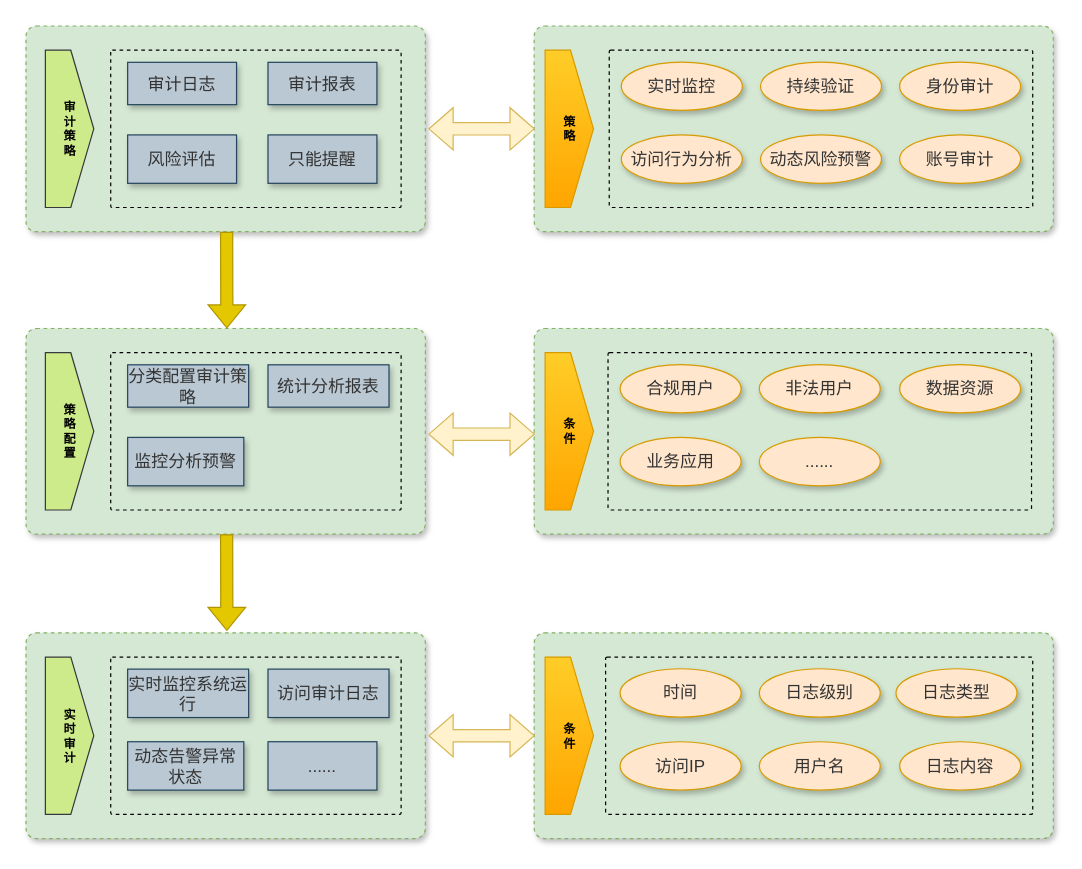
Earlier version of the draw.io diagram page "第 1 页" (1 of 2) of 东庄信息化项目-统一权限管理-审计.drawio (sun-beijixing/drawio). Source tidied: cells renumbered, new cells numbered last; positions are measured from the earlier drawing's top-left corner, leaving out a move shared by most shapes. Both pictures are drawn from the tidied source at 121%, with x=0, y=0 at pixel (25, 25).
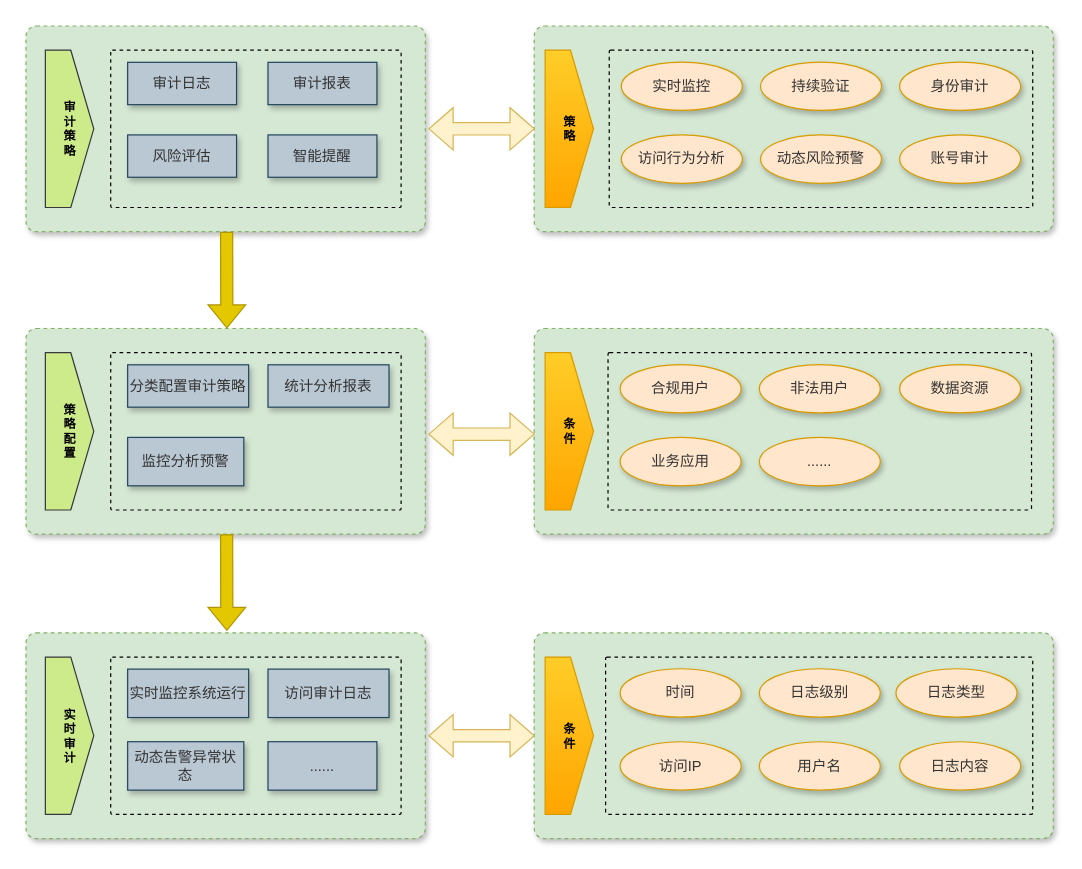
After the change.

Commit message (it also covers changes not shown here):
更新东庄信息化项目-统一权限管理-审计.drawio

What changed in the source:
```diff
@@
-    <mxCell id="8" value="&lt;span style=&quot;color: rgb(51, 51, 51); font-size: 14px;&quot;&gt;实时监控&lt;/span&gt;" style="ellipse;whiteSpace=wrap;html=1;shadow=1;fontSize=10;fillColor=#ffe6cc;strokeColor=#d79b00;" parent="1" vertex="1">
+    <mxCell id="8" value="&lt;span style=&quot;color: rgb(51, 51, 51);&quot;&gt;&lt;font style=&quot;font-size: 12px;&quot;&gt;实时监控&lt;/font&gt;&lt;/span&gt;" style="ellipse;whiteSpace=wrap;html=1;shadow=1;fontSize=10;fillColor=#ffe6cc;strokeColor=#d79b00;" parent="1" vertex="1">
       <mxGeometry x="492" y="29.8" width="100" height="40" as="geometry" />
     </mxCell>
-    <mxCell id="9" value="&lt;span style=&quot;color: rgb(51, 51, 51); font-size: 14px;&quot;&gt;持续验证&lt;/span&gt;" style="ellipse;whiteSpace=wrap;html=1;shadow=1;fontSize=10;fillColor=#ffe6cc;strokeColor=#d79b00;" parent="1" vertex="1">
+    <mxCell id="9" value="&lt;span style=&quot;color: rgb(51, 51, 51);&quot;&gt;&lt;font style=&quot;font-size: 12px;&quot;&gt;持续验证&lt;/font&gt;&lt;/span&gt;" style="ellipse;whiteSpace=wrap;html=1;shadow=1;fontSize=10;fillColor=#ffe6cc;strokeColor=#d79b00;" parent="1" vertex="1">
       <mxGeometry x="607" y="29.8" width="100" height="40" as="geometry" />
     </mxCell>
-    <mxCell id="10" value="&lt;span style=&quot;color: rgb(51, 51, 51); font-size: 14px;&quot;&gt;身份审计&lt;/span&gt;" style="ellipse;whiteSpace=wrap;html=1;shadow=1;fontSize=10;fillColor=#ffe6cc;strokeColor=#d79b00;" parent="1" vertex="1">
+    <mxCell id="10" value="&lt;span style=&quot;color: rgb(51, 51, 51);&quot;&gt;&lt;font style=&quot;font-size: 12px;&quot;&gt;身份审计&lt;/font&gt;&lt;/span&gt;" style="ellipse;whiteSpace=wrap;html=1;shadow=1;fontSize=10;fillColor=#ffe6cc;strokeColor=#d79b00;" parent="1" vertex="1">
       <mxGeometry x="722" y="29.8" width="100" height="40" as="geometry" />
     </mxCell>
-    <mxCell id="11" value="&lt;span style=&quot;color: rgb(51, 51, 51); font-size: 14px;&quot;&gt;账号审计&lt;/span&gt;" style="ellipse;whiteSpace=wrap;html=1;shadow=1;fontSize=10;fillColor=#ffe6cc;strokeColor=#d79b00;" parent="1" vertex="1">
+    <mxCell id="11" value="&lt;span style=&quot;color: rgb(51, 51, 51);&quot;&gt;&lt;font style=&quot;font-size: 12px;&quot;&gt;账号审计&lt;/font&gt;&lt;/span&gt;" style="ellipse;whiteSpace=wrap;html=1;shadow=1;fontSize=10;fillColor=#ffe6cc;strokeColor=#d79b00;" parent="1" vertex="1">
       <mxGeometry x="722" y="90" width="100" height="40" as="geometry" />
     </mxCell>
-    <mxCell id="12" value="&lt;span style=&quot;color: rgb(51, 51, 51); font-size: 14px;&quot;&gt;访问行为分析&lt;/span&gt;" style="ellipse;whiteSpace=wrap;html=1;shadow=1;fontSize=10;fillColor=#ffe6cc;strokeColor=#d79b00;" parent="1" vertex="1">
+    <mxCell id="12" value="&lt;span style=&quot;color: rgb(51, 51, 51);&quot;&gt;&lt;font style=&quot;font-size: 12px;&quot;&gt;访问行为分析&lt;/font&gt;&lt;/span&gt;" style="ellipse;whiteSpace=wrap;html=1;shadow=1;fontSize=10;fillColor=#ffe6cc;strokeColor=#d79b00;" parent="1" vertex="1">
       <mxGeometry x="492" y="90" width="100" height="40" as="geometry" />
     </mxCell>
-    <mxCell id="13" value="&lt;span style=&quot;color: rgb(51, 51, 51); font-size: 14px;&quot;&gt;动态风险预警&lt;/span&gt;" style="ellipse;whiteSpace=wrap;html=1;shadow=1;fontSize=10;fillColor=#ffe6cc;strokeColor=#d79b00;" parent="1" vertex="1">
+    <mxCell id="13" value="&lt;span style=&quot;color: rgb(51, 51, 51);&quot;&gt;&lt;font style=&quot;font-size: 12px;&quot;&gt;动态风险预警&lt;/font&gt;&lt;/span&gt;" style="ellipse;whiteSpace=wrap;html=1;shadow=1;fontSize=10;fillColor=#ffe6cc;strokeColor=#d79b00;" parent="1" vertex="1">
       <mxGeometry x="607" y="90" width="100" height="40" as="geometry" />
     </mxCell>
@@
-    <mxCell id="16" value="&lt;span style=&quot;color: rgb(51, 51, 51); font-size: 14px;&quot;&gt;合规用户&lt;/span&gt;" style="ellipse;whiteSpace=wrap;html=1;shadow=1;fontSize=10;fillColor=#ffe6cc;strokeColor=#d79b00;" parent="1" vertex="1">
+    <mxCell id="16" value="&lt;span style=&quot;color: rgb(51, 51, 51);&quot;&gt;&lt;font style=&quot;font-size: 12px;&quot;&gt;合规用户&lt;/font&gt;&lt;/span&gt;" style="ellipse;whiteSpace=wrap;html=1;shadow=1;fontSize=10;fillColor=#ffe6cc;strokeColor=#d79b00;" parent="1" vertex="1">
       <mxGeometry x="491" y="279.8" width="100" height="40" as="geometry" />
     </mxCell>
-    <mxCell id="17" value="&lt;span style=&quot;color: rgb(51, 51, 51); font-size: 14px;&quot;&gt;非法用户&lt;/span&gt;" style="ellipse;whiteSpace=wrap;html=1;shadow=1;fontSize=10;fillColor=#ffe6cc;strokeColor=#d79b00;" parent="1" vertex="1">
+    <mxCell id="17" value="&lt;span style=&quot;color: rgb(51, 51, 51);&quot;&gt;&lt;font style=&quot;font-size: 12px;&quot;&gt;非法用户&lt;/font&gt;&lt;/span&gt;" style="ellipse;whiteSpace=wrap;html=1;shadow=1;fontSize=10;fillColor=#ffe6cc;strokeColor=#d79b00;" parent="1" vertex="1">
       <mxGeometry x="606" y="279.8" width="100" height="40" as="geometry" />
     </mxCell>
-    <mxCell id="18" value="&lt;span style=&quot;color: rgb(51, 51, 51); font-size: 14px;&quot;&gt;数据资源&lt;/span&gt;" style="ellipse;whiteSpace=wrap;html=1;shadow=1;fontSize=10;fillColor=#ffe6cc;strokeColor=#d79b00;" parent="1" vertex="1">
+    <mxCell id="18" value="&lt;span style=&quot;color: rgb(51, 51, 51);&quot;&gt;&lt;font style=&quot;font-size: 12px;&quot;&gt;数据资源&lt;/font&gt;&lt;/span&gt;" style="ellipse;whiteSpace=wrap;html=1;shadow=1;fontSize=10;fillColor=#ffe6cc;strokeColor=#d79b00;" parent="1" vertex="1">
       <mxGeometry x="722" y="279.8" width="100" height="40" as="geometry" />
     </mxCell>
-    <mxCell id="19" value="&lt;span style=&quot;color: rgb(51, 51, 51); font-size: 14px;&quot;&gt;业务应用&lt;/span&gt;" style="ellipse;whiteSpace=wrap;html=1;shadow=1;fontSize=10;fillColor=#ffe6cc;strokeColor=#d79b00;" parent="1" vertex="1">
+    <mxCell id="19" value="&lt;span style=&quot;color: rgb(51, 51, 51);&quot;&gt;&lt;font style=&quot;font-size: 12px;&quot;&gt;业务应用&lt;/font&gt;&lt;/span&gt;" style="ellipse;whiteSpace=wrap;html=1;shadow=1;fontSize=10;fillColor=#ffe6cc;strokeColor=#d79b00;" parent="1" vertex="1">
       <mxGeometry x="491" y="340" width="100" height="40" as="geometry" />
     </mxCell>
-    <mxCell id="20" value="&lt;font color=&quot;#333333&quot;&gt;&lt;span style=&quot;font-size: 14px;&quot;&gt;......&lt;/span&gt;&lt;/font&gt;" style="ellipse;whiteSpace=wrap;html=1;shadow=1;fontSize=10;fillColor=#ffe6cc;strokeColor=#d79b00;" parent="1" vertex="1">
+    <mxCell id="20" value="&lt;font style=&quot;font-size: 12px;&quot; color=&quot;#333333&quot;&gt;......&lt;/font&gt;" style="ellipse;whiteSpace=wrap;html=1;shadow=1;fontSize=10;fillColor=#ffe6cc;strokeColor=#d79b00;" parent="1" vertex="1">
       <mxGeometry x="606" y="340" width="100" height="40" as="geometry" />
     </mxCell>
@@
-    <mxCell id="23" value="&lt;font color=&quot;#333333&quot;&gt;&lt;span style=&quot;font-size: 14px;&quot;&gt;......&lt;/span&gt;&lt;/font&gt;" style="rounded=0;whiteSpace=wrap;html=1;shadow=1;fontSize=11;strokeColor=#23445d;strokeWidth=1;fillColor=#bac8d3;" parent="1" vertex="1">
+    <mxCell id="23" value="&lt;font style=&quot;font-size: 12px;&quot; color=&quot;#333333&quot;&gt;......&lt;/font&gt;" style="rounded=0;whiteSpace=wrap;html=1;shadow=1;fontSize=11;strokeColor=#23445d;strokeWidth=1;fillColor=#bac8d3;" parent="1" vertex="1">
       <mxGeometry x="200" y="591.5" width="90" height="40" as="geometry" />
     </mxCell>
-    <mxCell id="24" value="&lt;font color=&quot;#333333&quot;&gt;&lt;span style=&quot;font-size: 14px;&quot;&gt;时间&lt;/span&gt;&lt;/font&gt;" style="ellipse;whiteSpace=wrap;html=1;shadow=1;fontSize=10;fillColor=#ffe6cc;strokeColor=#d79b00;" parent="1" vertex="1">
+    <mxCell id="24" value="&lt;font style=&quot;font-size: 12px;&quot; color=&quot;#333333&quot;&gt;时间&lt;/font&gt;" style="ellipse;whiteSpace=wrap;html=1;shadow=1;fontSize=10;fillColor=#ffe6cc;strokeColor=#d79b00;" parent="1" vertex="1">
       <mxGeometry x="491" y="531.2" width="100" height="40" as="geometry" />
     </mxCell>
-    <mxCell id="25" value="&lt;span style=&quot;color: rgb(51, 51, 51); font-size: 14px;&quot;&gt;日志级别&lt;/span&gt;" style="ellipse;whiteSpace=wrap;html=1;shadow=1;fontSize=10;fillColor=#ffe6cc;strokeColor=#d79b00;" parent="1" vertex="1">
+    <mxCell id="25" value="&lt;span style=&quot;color: rgb(51, 51, 51);&quot;&gt;&lt;font style=&quot;font-size: 12px;&quot;&gt;日志级别&lt;/font&gt;&lt;/span&gt;" style="ellipse;whiteSpace=wrap;html=1;shadow=1;fontSize=10;fillColor=#ffe6cc;strokeColor=#d79b00;" parent="1" vertex="1">
       <mxGeometry x="606" y="531.2" width="100" height="40" as="geometry" />
     </mxCell>
-    <mxCell id="26" value="&lt;span style=&quot;color: rgb(51, 51, 51); font-size: 14px;&quot;&gt;日志类型&lt;/span&gt;" style="ellipse;whiteSpace=wrap;html=1;shadow=1;fontSize=10;fillColor=#ffe6cc;strokeColor=#d79b00;" parent="1" vertex="1">
+    <mxCell id="26" value="&lt;span style=&quot;color: rgb(51, 51, 51);&quot;&gt;&lt;font style=&quot;font-size: 12px;&quot;&gt;日志类型&lt;/font&gt;&lt;/span&gt;" style="ellipse;whiteSpace=wrap;html=1;shadow=1;fontSize=10;fillColor=#ffe6cc;strokeColor=#d79b00;" parent="1" vertex="1">
       <mxGeometry x="719" y="531.2" width="100" height="40" as="geometry" />
     </mxCell>
-    <mxCell id="27" value="&lt;span style=&quot;color: rgb(51, 51, 51); font-size: 14px;&quot;&gt;日志内容&lt;/span&gt;" style="ellipse;whiteSpace=wrap;html=1;shadow=1;fontSize=10;fillColor=#ffe6cc;strokeColor=#d79b00;" parent="1" vertex="1">
+    <mxCell id="27" value="&lt;span style=&quot;color: rgb(51, 51, 51);&quot;&gt;&lt;font style=&quot;font-size: 12px;&quot;&gt;日志内容&lt;/font&gt;&lt;/span&gt;" style="ellipse;whiteSpace=wrap;html=1;shadow=1;fontSize=10;fillColor=#ffe6cc;strokeColor=#d79b00;" parent="1" vertex="1">
       <mxGeometry x="722" y="591.5" width="100" height="40" as="geometry" />
     </mxCell>
-    <mxCell id="28" value="&lt;span style=&quot;color: rgb(51, 51, 51); font-size: 14px;&quot;&gt;访问IP&lt;/span&gt;" style="ellipse;whiteSpace=wrap;html=1;shadow=1;fontSize=10;fillColor=#ffe6cc;strokeColor=#d79b00;" parent="1" vertex="1">
+    <mxCell id="28" value="&lt;span style=&quot;color: rgb(51, 51, 51);&quot;&gt;&lt;font style=&quot;font-size: 12px;&quot;&gt;访问IP&lt;/font&gt;&lt;/span&gt;" style="ellipse;whiteSpace=wrap;html=1;shadow=1;fontSize=10;fillColor=#ffe6cc;strokeColor=#d79b00;" parent="1" vertex="1">
       <mxGeometry x="491" y="591.5" width="100" height="40" as="geometry" />
     </mxCell>
-    <mxCell id="29" value="&lt;font color=&quot;#333333&quot;&gt;&lt;span style=&quot;font-size: 14px;&quot;&gt;用户名&lt;/span&gt;&lt;/font&gt;" style="ellipse;whiteSpace=wrap;html=1;shadow=1;fontSize=10;fillColor=#ffe6cc;strokeColor=#d79b00;" parent="1" vertex="1">
+    <mxCell id="29" value="&lt;font style=&quot;font-size: 12px;&quot; color=&quot;#333333&quot;&gt;用户名&lt;/font&gt;" style="ellipse;whiteSpace=wrap;html=1;shadow=1;fontSize=10;fillColor=#ffe6cc;strokeColor=#d79b00;" parent="1" vertex="1">
       <mxGeometry x="606" y="591.5" width="100" height="40" as="geometry" />
     </mxCell>
@@
-    <mxCell id="31" value="&lt;span style=&quot;color: rgb(51, 51, 51); font-size: 14px;&quot;&gt;审计日志&lt;/span&gt;" style="rounded=0;whiteSpace=wrap;html=1;shadow=1;fontSize=11;strokeColor=#23445d;strokeWidth=1;fillColor=#bac8d3;" parent="1" vertex="1">
+    <mxCell id="31" value="&lt;span style=&quot;color: rgb(51, 51, 51);&quot;&gt;&lt;font style=&quot;font-size: 12px;&quot;&gt;审计日志&lt;/font&gt;&lt;/span&gt;" style="rounded=0;whiteSpace=wrap;html=1;shadow=1;fontSize=11;strokeColor=#23445d;strokeWidth=1;fillColor=#bac8d3;" parent="1" vertex="1">
       <mxGeometry x="84" y="30" width="90" height="35" as="geometry" />
     </mxCell>
-    <mxCell id="32" value="&lt;span style=&quot;color: rgb(51, 51, 51); font-size: 14px;&quot;&gt;审计报表&lt;/span&gt;" style="rounded=0;whiteSpace=wrap;html=1;shadow=1;fontSize=11;strokeColor=#23445d;strokeWidth=1;fillColor=#bac8d3;" parent="1" vertex="1">
+    <mxCell id="32" value="&lt;span style=&quot;color: rgb(51, 51, 51);&quot;&gt;&lt;font style=&quot;font-size: 12px;&quot;&gt;审计报表&lt;/font&gt;&lt;/span&gt;" style="rounded=0;whiteSpace=wrap;html=1;shadow=1;fontSize=11;strokeColor=#23445d;strokeWidth=1;fillColor=#bac8d3;" parent="1" vertex="1">
       <mxGeometry x="200" y="30" width="90" height="35" as="geometry" />
     </mxCell>
-    <mxCell id="33" value="&lt;font style=&quot;&quot; color=&quot;#333333&quot;&gt;&lt;span style=&quot;font-size: 14px;&quot;&gt;风险评估&lt;/span&gt;&lt;/font&gt;" style="rounded=0;whiteSpace=wrap;html=1;shadow=1;fontSize=11;strokeColor=#23445d;strokeWidth=1;fillColor=#bac8d3;" parent="1" vertex="1">
-      <mxGeometry x="84" y="90" width="90" height="40" as="geometry" />
-    </mxCell>
-    <mxCell id="34" value="&lt;font color=&quot;#333333&quot;&gt;&lt;span style=&quot;font-size: 14px;&quot;&gt;只能提醒&lt;/span&gt;&lt;/font&gt;" style="rounded=0;whiteSpace=wrap;html=1;shadow=1;fontSize=11;strokeColor=#23445d;strokeWidth=1;fillColor=#bac8d3;" parent="1" vertex="1">
-      <mxGeometry x="200" y="90" width="90" height="40" as="geometry" />
+    <mxCell id="34" value="&lt;font style=&quot;font-size: 12px;&quot; color=&quot;#333333&quot;&gt;智能提醒&lt;/font&gt;" style="rounded=0;whiteSpace=wrap;html=1;shadow=1;fontSize=11;strokeColor=#23445d;strokeWidth=1;fillColor=#bac8d3;" parent="1" vertex="1">
+      <mxGeometry x="200" y="90" width="90" height="35" as="geometry" />
     </mxCell>
@@
-    <mxCell id="40" value="&lt;span style=&quot;color: rgb(51, 51, 51); font-size: 14px;&quot;&gt;分类配置审计策略&lt;/span&gt;" style="rounded=0;whiteSpace=wrap;html=1;shadow=1;fontSize=11;strokeColor=#23445d;strokeWidth=1;fillColor=#bac8d3;" parent="1" vertex="1">
+    <mxCell id="40" value="&lt;span style=&quot;color: rgb(51, 51, 51);&quot;&gt;&lt;font style=&quot;font-size: 12px;&quot;&gt;分类配置审计策略&lt;/font&gt;&lt;/span&gt;" style="rounded=0;whiteSpace=wrap;html=1;shadow=1;fontSize=11;strokeColor=#23445d;strokeWidth=1;fillColor=#bac8d3;" parent="1" vertex="1">
       <mxGeometry x="84" y="280" width="100" height="35" as="geometry" />
     </mxCell>
-    <mxCell id="41" value="&lt;span style=&quot;color: rgb(51, 51, 51); font-size: 14px;&quot;&gt;统计分析报表&lt;/span&gt;" style="rounded=0;whiteSpace=wrap;html=1;shadow=1;fontSize=11;strokeColor=#23445d;strokeWidth=1;fillColor=#bac8d3;" parent="1" vertex="1">
+    <mxCell id="41" value="&lt;span style=&quot;color: rgb(51, 51, 51);&quot;&gt;&lt;font style=&quot;font-size: 12px;&quot;&gt;统计分析报表&lt;/font&gt;&lt;/span&gt;" style="rounded=0;whiteSpace=wrap;html=1;shadow=1;fontSize=11;strokeColor=#23445d;strokeWidth=1;fillColor=#bac8d3;" parent="1" vertex="1">
       <mxGeometry x="200" y="280" width="100" height="35" as="geometry" />
     </mxCell>
-    <mxCell id="42" value="&lt;span style=&quot;color: rgb(51, 51, 51); font-size: 14px;&quot;&gt;监控分析预警&lt;/span&gt;" style="rounded=0;whiteSpace=wrap;html=1;shadow=1;fontSize=11;strokeColor=#23445d;strokeWidth=1;fillColor=#bac8d3;" parent="1" vertex="1">
+    <mxCell id="42" value="&lt;span style=&quot;color: rgb(51, 51, 51);&quot;&gt;&lt;font style=&quot;font-size: 12px;&quot;&gt;监控分析预警&lt;/font&gt;&lt;/span&gt;" style="rounded=0;whiteSpace=wrap;html=1;shadow=1;fontSize=11;strokeColor=#23445d;strokeWidth=1;fillColor=#bac8d3;" parent="1" vertex="1">
       <mxGeometry x="84" y="340" width="96" height="40" as="geometry" />
     </mxCell>
@@
-    <mxCell id="46" value="&lt;span style=&quot;color: rgb(51, 51, 51); font-size: 14px;&quot;&gt;实时监控系统运行&lt;/span&gt;" style="rounded=0;whiteSpace=wrap;html=1;shadow=1;fontSize=11;strokeColor=#23445d;strokeWidth=1;fillColor=#bac8d3;" parent="1" vertex="1">
+    <mxCell id="46" value="&lt;span style=&quot;color: rgb(51, 51, 51);&quot;&gt;&lt;font style=&quot;font-size: 12px;&quot;&gt;实时监控系统运行&lt;/font&gt;&lt;/span&gt;" style="rounded=0;whiteSpace=wrap;html=1;shadow=1;fontSize=11;strokeColor=#23445d;strokeWidth=1;fillColor=#bac8d3;" parent="1" vertex="1">
       <mxGeometry x="84" y="531.5" width="100" height="40" as="geometry" />
     </mxCell>
-    <mxCell id="47" value="&lt;span style=&quot;color: rgb(51, 51, 51); font-size: 14px;&quot;&gt;访问审计日志&lt;/span&gt;" style="rounded=0;whiteSpace=wrap;html=1;shadow=1;fontSize=11;strokeColor=#23445d;strokeWidth=1;fillColor=#bac8d3;" parent="1" vertex="1">
+    <mxCell id="47" value="&lt;span style=&quot;color: rgb(51, 51, 51);&quot;&gt;&lt;font style=&quot;font-size: 12px;&quot;&gt;访问审计日志&lt;/font&gt;&lt;/span&gt;" style="rounded=0;whiteSpace=wrap;html=1;shadow=1;fontSize=11;strokeColor=#23445d;strokeWidth=1;fillColor=#bac8d3;" parent="1" vertex="1">
       <mxGeometry x="200" y="531.5" width="100" height="40" as="geometry" />
     </mxCell>
-    <mxCell id="48" value="&lt;span style=&quot;color: rgb(51, 51, 51); font-size: 14px;&quot;&gt;动态告警异常状态&lt;/span&gt;" style="rounded=0;whiteSpace=wrap;html=1;shadow=1;fontSize=11;strokeColor=#23445d;strokeWidth=1;fillColor=#bac8d3;" parent="1" vertex="1">
+    <mxCell id="48" value="&lt;span style=&quot;color: rgb(51, 51, 51);&quot;&gt;&lt;font style=&quot;font-size: 12px;&quot;&gt;动态告警异常状态&lt;/font&gt;&lt;/span&gt;" style="rounded=0;whiteSpace=wrap;html=1;shadow=1;fontSize=11;strokeColor=#23445d;strokeWidth=1;fillColor=#bac8d3;" parent="1" vertex="1">
       <mxGeometry x="84" y="591.5" width="96" height="40" as="geometry" />
     </mxCell>
@@
+    <mxCell id="33" value="&lt;span style=&quot;color: rgb(51, 51, 51);&quot;&gt;&lt;font style=&quot;font-size: 12px;&quot;&gt;风险评估&lt;/font&gt;&lt;/span&gt;" style="rounded=0;whiteSpace=wrap;html=1;shadow=1;fontSize=11;strokeColor=#23445d;strokeWidth=1;fillColor=#bac8d3;" parent="1" vertex="1">
+      <mxGeometry x="84" y="90" width="90" height="35" as="geometry" />
+    </mxCell>
```
